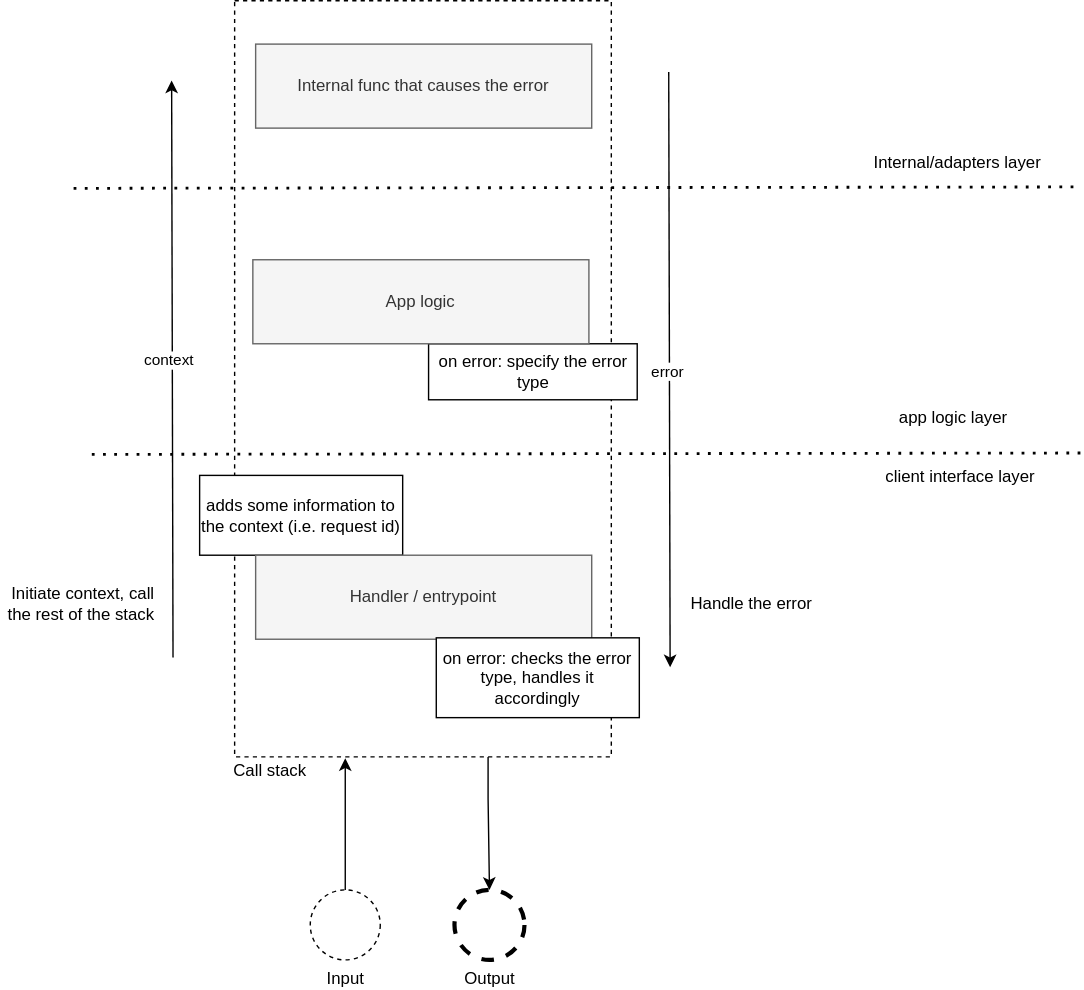
This is docs/errors.svg from nglogic/errors, a draw.io export, as it was before one commit. Source tidied: cells renumbered, new cells last; positions are measured from the earlier drawing's top-left corner, leaving out a move shared by most shapes.
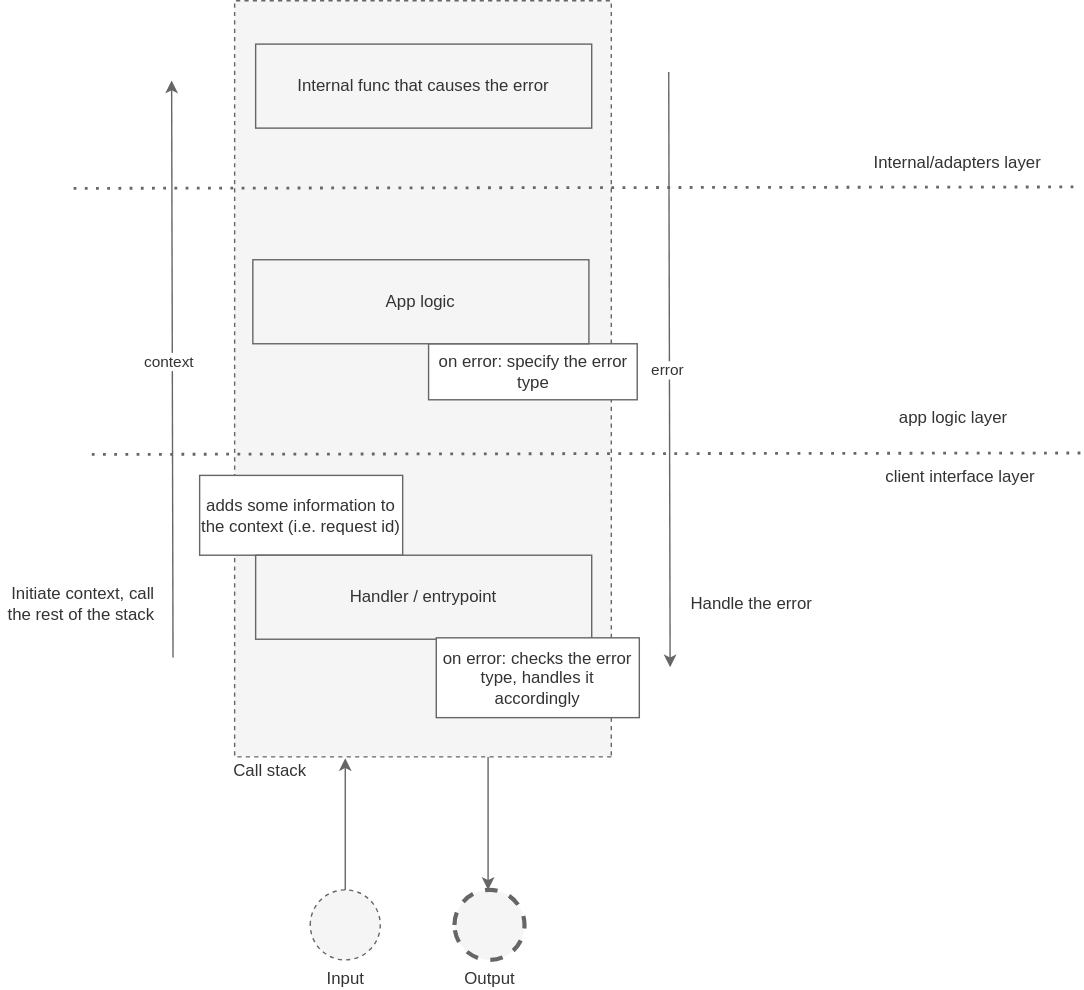
After the change.

Commit message:
Fix diagram colors

Change to the diagram source:
```diff
@@ -1,8 +1,8 @@
-<mxGraphModel>
+<mxGraphModel background="#ffffff">
   <root>
     <mxCell id="0" />
     <mxCell id="1" parent="0" />
-    <mxCell id="2" style="edgeStyle=orthogonalEdgeStyle;rounded=0;jettySize=auto;html=1;" parent="1" edge="1" target="24">
+    <mxCell id="2" style="edgeStyle=orthogonalEdgeStyle;rounded=0;jettySize=auto;html=1;strokeColor=#666666;" parent="1" edge="1" target="24">
       <mxGeometry relative="1" as="geometry">
         <mxPoint x="348" y="540" as="sourcePoint" />
         <Array as="points">
@@ -11,80 +11,80 @@
         </Array>
       </mxGeometry>
     </mxCell>
-    <mxCell id="3" style="rounded=0;whiteSpace=wrap;html=1;dashed=1;" parent="1" vertex="1">
+    <mxCell id="3" style="rounded=0;whiteSpace=wrap;html=1;dashed=1;direction=west;fillColor=#f5f5f5;strokeColor=#666666;fontColor=#333333;" parent="1" vertex="1">
       <mxGeometry x="167" width="269" height="540" as="geometry" />
     </mxCell>
-    <mxCell id="4" value="on error: specify the error type" style="rounded=0;whiteSpace=wrap;html=1;" parent="1" vertex="1">
+    <mxCell id="4" value="on error: specify the error type" style="rounded=0;whiteSpace=wrap;html=1;direction=west;fontColor=#333333;strokeColor=#666666;fillColor=#FFFFFF;" parent="1" vertex="1">
       <mxGeometry x="305.5" y="245" width="149" height="40" as="geometry" />
     </mxCell>
-    <mxCell id="5" value="Internal func that causes the error" style="rounded=0;whiteSpace=wrap;html=1;fillColor=#f5f5f5;strokeColor=#666666;fontColor=#333333;" parent="1" vertex="1">
+    <mxCell id="5" value="Internal func that causes the error" style="rounded=0;whiteSpace=wrap;html=1;fillColor=#f5f5f5;strokeColor=#666666;fontColor=#333333;direction=west;" parent="1" vertex="1">
       <mxGeometry x="182" y="31" width="240" height="60" as="geometry" />
     </mxCell>
-    <mxCell id="6" value="adds some information to the context (i.e. request id)" style="rounded=0;whiteSpace=wrap;html=1;" parent="1" vertex="1">
+    <mxCell id="6" value="adds some information to the context (i.e. request id)" style="rounded=0;whiteSpace=wrap;html=1;direction=west;fontColor=#333333;strokeColor=#666666;fillColor=#FFFFFF;" parent="1" vertex="1">
       <mxGeometry x="142" y="339" width="145" height="57" as="geometry" />
     </mxCell>
-    <mxCell id="7" value="Handler / entrypoint" style="rounded=0;whiteSpace=wrap;html=1;fillColor=#f5f5f5;strokeColor=#666666;fontColor=#333333;" parent="1" vertex="1">
+    <mxCell id="7" value="Handler / entrypoint" style="rounded=0;whiteSpace=wrap;html=1;fillColor=#f5f5f5;fontColor=#333333;direction=west;strokeColor=#666666;" parent="1" vertex="1">
       <mxGeometry x="182" y="396" width="240" height="60" as="geometry" />
     </mxCell>
-    <mxCell id="8" style="endArrow=classic;html=1;" parent="1" edge="1">
+    <mxCell id="8" style="endArrow=classic;html=1;strokeColor=#666666;" parent="1" edge="1">
       <mxGeometry relative="1" as="geometry">
         <mxPoint x="477" y="51" as="sourcePoint" />
         <mxPoint x="478" y="476" as="targetPoint" />
       </mxGeometry>
     </mxCell>
-    <mxCell id="9" value="error" style="edgeLabel;html=1;align=center;verticalAlign=middle;" parent="8" vertex="1">
+    <mxCell id="9" value="error" style="edgeLabel;html=1;align=center;verticalAlign=middle;direction=west;fontColor=#333333;labelBackgroundColor=#ffffff;" parent="8" vertex="1">
       <mxGeometry x="-0.07" y="1" relative="1" as="geometry">
         <mxPoint x="-3" y="16" as="offset" />
       </mxGeometry>
     </mxCell>
-    <mxCell id="10" style="endArrow=classic;html=1;" parent="1" edge="1">
+    <mxCell id="10" style="endArrow=classic;html=1;strokeColor=#666666;" parent="1" edge="1">
       <mxGeometry relative="1" as="geometry">
         <mxPoint x="123" y="469" as="sourcePoint" />
         <mxPoint x="122" y="57" as="targetPoint" />
       </mxGeometry>
     </mxCell>
-    <mxCell id="11" value="context" style="edgeLabel;html=1;align=center;verticalAlign=middle;" parent="10" vertex="1">
+    <mxCell id="11" value="context" style="edgeLabel;html=1;align=center;verticalAlign=middle;direction=west;fontColor=#333333;labelBackgroundColor=#ffffff;" parent="10" vertex="1">
       <mxGeometry x="-0.07" y="1" relative="1" as="geometry">
         <mxPoint x="-2" y="-21" as="offset" />
       </mxGeometry>
     </mxCell>
-    <mxCell id="12" value="Handle the error" style="text;html=1;strokeColor=none;fillColor=none;align=left;verticalAlign=middle;whiteSpace=wrap;rounded=0;" parent="1" vertex="1">
+    <mxCell id="12" value="Handle the error" style="text;html=1;strokeColor=none;fillColor=none;align=left;verticalAlign=middle;whiteSpace=wrap;rounded=0;direction=west;fontColor=#333333;" parent="1" vertex="1">
       <mxGeometry x="491" y="416" width="231" height="30" as="geometry" />
     </mxCell>
-    <mxCell id="13" value="Initiate context, call the rest of the stack" style="text;html=1;strokeColor=none;fillColor=none;align=right;verticalAlign=middle;whiteSpace=wrap;rounded=0;" parent="1" vertex="1">
+    <mxCell id="13" value="Initiate context, call the rest of the stack" style="text;html=1;strokeColor=none;fillColor=none;align=right;verticalAlign=middle;whiteSpace=wrap;rounded=0;direction=west;fontColor=#333333;" parent="1" vertex="1">
       <mxGeometry y="410.5" width="112" height="41" as="geometry" />
     </mxCell>
-    <mxCell id="14" style="endArrow=none;dashed=1;html=1;dashPattern=1 3;strokeWidth=2;" parent="1" edge="1">
+    <mxCell id="14" style="endArrow=none;dashed=1;html=1;dashPattern=1 3;strokeWidth=2;strokeColor=#666666;" parent="1" edge="1">
       <mxGeometry relative="1" as="geometry">
         <mxPoint x="65" y="324" as="sourcePoint" />
         <mxPoint x="771" y="323" as="targetPoint" />
       </mxGeometry>
     </mxCell>
-    <mxCell id="15" style="endArrow=none;dashed=1;html=1;dashPattern=1 3;strokeWidth=2;" parent="1" edge="1">
+    <mxCell id="15" style="endArrow=none;dashed=1;html=1;dashPattern=1 3;strokeWidth=2;strokeColor=#666666;" parent="1" edge="1">
       <mxGeometry relative="1" as="geometry">
         <mxPoint x="52" y="134" as="sourcePoint" />
         <mxPoint x="766" y="133" as="targetPoint" />
       </mxGeometry>
     </mxCell>
-    <mxCell id="16" value="Internal/adapters layer" style="text;html=1;strokeColor=none;fillColor=none;align=center;verticalAlign=middle;whiteSpace=wrap;rounded=0;" parent="1" vertex="1">
+    <mxCell id="16" value="Internal/adapters layer" style="text;html=1;strokeColor=none;fillColor=none;align=center;verticalAlign=middle;whiteSpace=wrap;rounded=0;direction=west;fontColor=#333333;" parent="1" vertex="1">
       <mxGeometry x="611" y="88" width="145" height="56" as="geometry" />
     </mxCell>
-    <mxCell id="17" value="app logic layer" style="text;html=1;strokeColor=none;fillColor=none;align=center;verticalAlign=middle;whiteSpace=wrap;rounded=0;" parent="1" vertex="1">
+    <mxCell id="17" value="app logic layer" style="text;html=1;strokeColor=none;fillColor=none;align=center;verticalAlign=middle;whiteSpace=wrap;rounded=0;direction=west;fontColor=#333333;" parent="1" vertex="1">
       <mxGeometry x="608" y="270" width="145" height="56" as="geometry" />
     </mxCell>
-    <mxCell id="18" value="client interface layer" style="text;html=1;strokeColor=none;fillColor=none;align=center;verticalAlign=middle;whiteSpace=wrap;rounded=0;" parent="1" vertex="1">
+    <mxCell id="18" value="client interface layer" style="text;html=1;strokeColor=none;fillColor=none;align=center;verticalAlign=middle;whiteSpace=wrap;rounded=0;direction=west;fontColor=#333333;" parent="1" vertex="1">
       <mxGeometry x="613" y="312" width="145" height="56" as="geometry" />
     </mxCell>
-    <mxCell id="19" value="Call stack" style="text;html=1;strokeColor=none;fillColor=none;align=center;verticalAlign=middle;whiteSpace=wrap;rounded=0;dashed=1;" parent="1" vertex="1">
+    <mxCell id="19" value="Call stack" style="text;html=1;strokeColor=none;fillColor=none;align=center;verticalAlign=middle;whiteSpace=wrap;rounded=0;dashed=1;direction=west;fontColor=#333333;" parent="1" vertex="1">
       <mxGeometry x="136" y="540" width="113" height="20" as="geometry" />
     </mxCell>
-    <mxCell id="20" value="on error: checks the error type, handles it accordingly" style="rounded=0;whiteSpace=wrap;html=1;" parent="1" vertex="1">
+    <mxCell id="20" value="on error: checks the error type, handles it accordingly" style="rounded=0;whiteSpace=wrap;html=1;direction=west;fontColor=#333333;strokeColor=#666666;fillColor=#FFFFFF;" parent="1" vertex="1">
       <mxGeometry x="311" y="455" width="145" height="57" as="geometry" />
     </mxCell>
-    <mxCell id="21" value="App logic" style="rounded=0;whiteSpace=wrap;html=1;fillColor=#f5f5f5;strokeColor=#666666;fontColor=#333333;" parent="1" vertex="1">
+    <mxCell id="21" value="App logic" style="rounded=0;whiteSpace=wrap;html=1;direction=west;fillColor=#f5f5f5;strokeColor=#666666;fontColor=#333333;" parent="1" vertex="1">
       <mxGeometry x="180" y="185" width="240" height="60" as="geometry" />
     </mxCell>
-    <mxCell id="22" style="edgeStyle=orthogonalEdgeStyle;rounded=0;jettySize=auto;html=1;" parent="1" edge="1" source="23">
+    <mxCell id="22" style="edgeStyle=orthogonalEdgeStyle;rounded=0;jettySize=auto;html=1;strokeColor=#666666;" parent="1" edge="1" source="23">
       <mxGeometry relative="1" as="geometry">
         <mxPoint x="246" y="541" as="targetPoint" />
         <Array as="points">
@@ -92,10 +92,10 @@
         </Array>
       </mxGeometry>
     </mxCell>
-    <mxCell id="23" value="Input" style="shape=mxgraph.bpmn.shape;html=1;verticalLabelPosition=bottom;labelBackgroundColor=none;verticalAlign=top;align=center;perimeter=ellipsePerimeter;outlineConnect=0;outline=standard;symbol=general;dashed=1;" parent="1" vertex="1">
+    <mxCell id="23" value="Input" style="shape=mxgraph.bpmn.shape;html=1;verticalLabelPosition=bottom;labelBackgroundColor=none;verticalAlign=top;align=center;perimeter=ellipsePerimeter;outlineConnect=0;outline=standard;symbol=general;dashed=1;direction=west;fontColor=#333333;fillColor=#F5F5F5;strokeColor=#666666;" parent="1" vertex="1">
       <mxGeometry x="221" y="635" width="50" height="50" as="geometry" />
     </mxCell>
-    <mxCell id="24" value="Output" style="shape=mxgraph.bpmn.shape;html=1;verticalLabelPosition=bottom;labelBackgroundColor=none;verticalAlign=top;align=center;perimeter=ellipsePerimeter;outlineConnect=0;outline=end;symbol=general;dashed=1;" parent="1" vertex="1">
+    <mxCell id="24" value="Output" style="shape=mxgraph.bpmn.shape;html=1;verticalLabelPosition=bottom;labelBackgroundColor=none;verticalAlign=top;align=center;perimeter=ellipsePerimeter;outlineConnect=0;outline=end;symbol=general;dashed=1;direction=west;fontColor=#333333;fillColor=#F5F5F5;strokeColor=#666666;" parent="1" vertex="1">
       <mxGeometry x="324" y="635" width="50" height="50" as="geometry" />
     </mxCell>
   </root>
```
